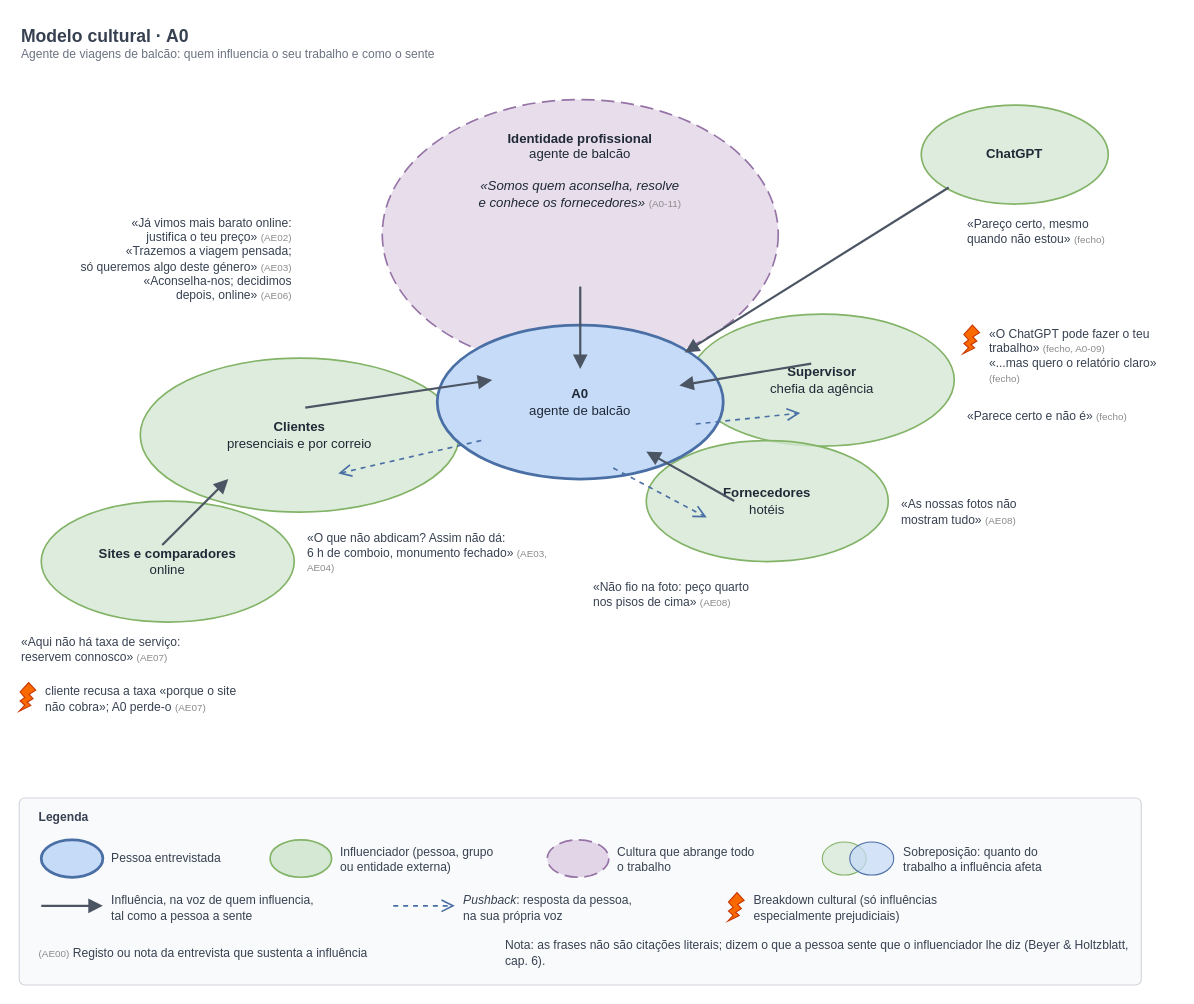
This is DOCS/work_models/cultural_models/individuais/CulturalA0.drawio from TiagoSilva35/Roamly, a draw.io file, before an edit. Source tidied: cells renumbered, new cells numbered last; positions are measured from the earlier drawing's top-left corner, leaving out a move shared by most shapes. Both pictures are drawn from the tidied source at 110%, with x=0, y=0 at pixel (19, 19).
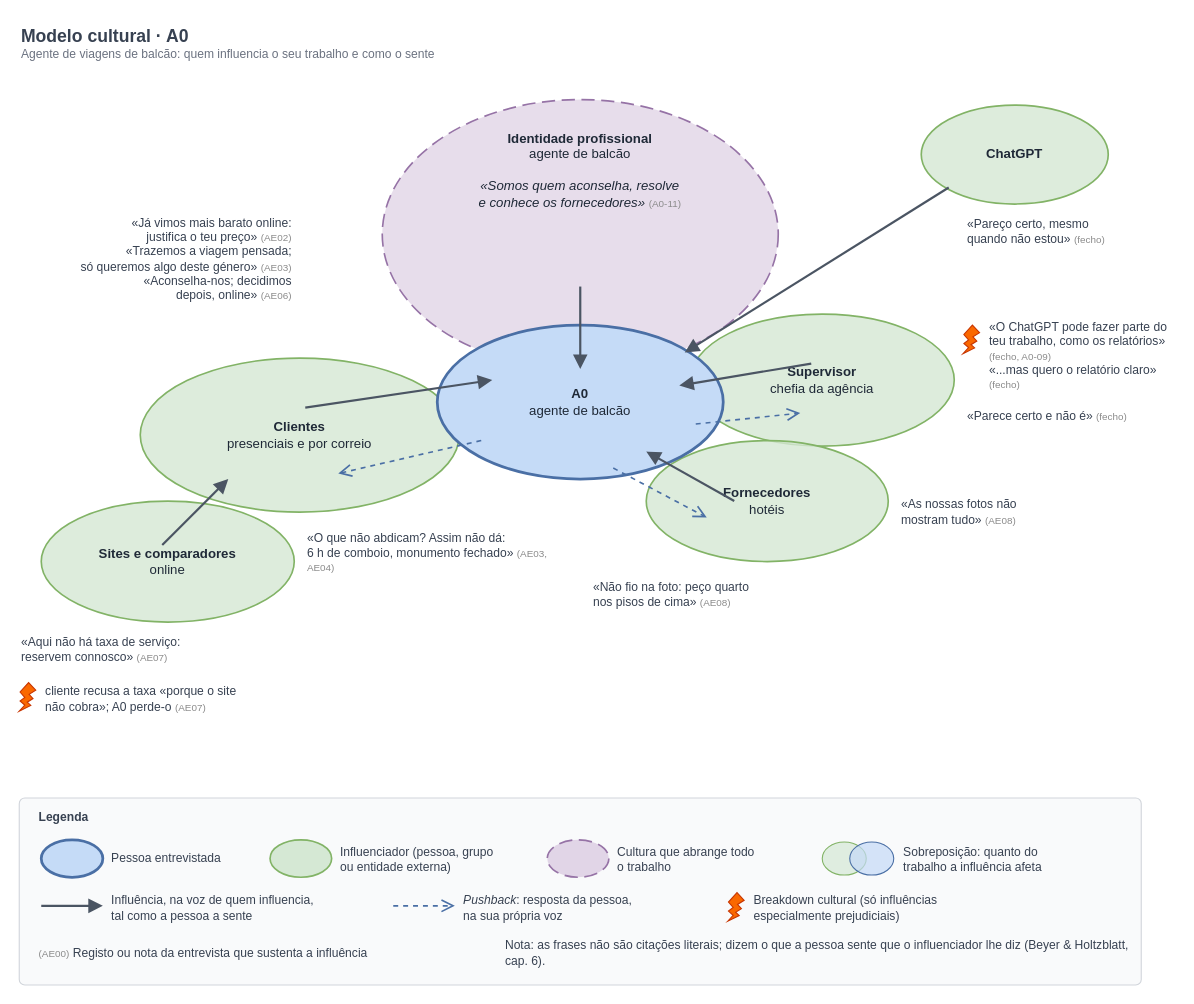
After the change.

Diff of the diagram source:
```diff
@@
-    <mxCell id="21" value="«O ChatGPT pode fazer o teu&lt;br&gt;trabalho» &lt;font color=&quot;#8A8A8A&quot; style=&quot;font-size:9px&quot;&gt;(fecho, A0-09)&lt;/font&gt;&lt;br&gt;«...mas quero o relatório claro» &lt;font color=&quot;#8A8A8A&quot; style=&quot;font-size:9px&quot;&gt;(fecho)&lt;/font&gt;" style="text;html=1;whiteSpace=wrap;strokeColor=none;fillColor=none;verticalAlign=middle;fontFamily=Helvetica;fontSize=11;fontColor=#374151;align=left;" parent="1" vertex="1">
+    <mxCell id="21" value="«O ChatGPT pode fazer parte do&lt;br&gt;teu trabalho, como os relatórios» &lt;font color=&quot;#8A8A8A&quot; style=&quot;font-size:9px&quot;&gt;(fecho, A0-09)&lt;/font&gt;&lt;br&gt;«...mas quero o relatório claro» &lt;font color=&quot;#8A8A8A&quot; style=&quot;font-size:9px&quot;&gt;(fecho)&lt;/font&gt;" style="text;html=1;whiteSpace=wrap;strokeColor=none;fillColor=none;verticalAlign=middle;fontFamily=Helvetica;fontSize=11;fontColor=#374151;align=left;" parent="1" vertex="1">
       <mxGeometry x="880" y="268" width="170" height="76" as="geometry" />
     </mxCell>
```
